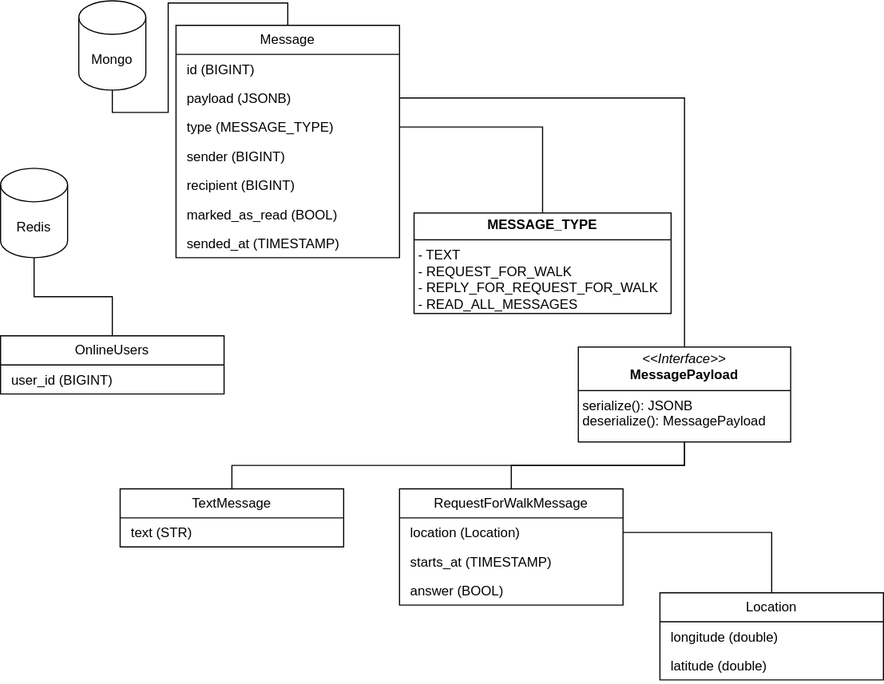
Above: doc/img/domain_model.drawio.svg in ru-random-walk/chat-service (draw.io), before the change. Source tidied: cells renumbered, new cells last; positions are measured from the earlier drawing's top-left corner, leaving out a move shared by most shapes.
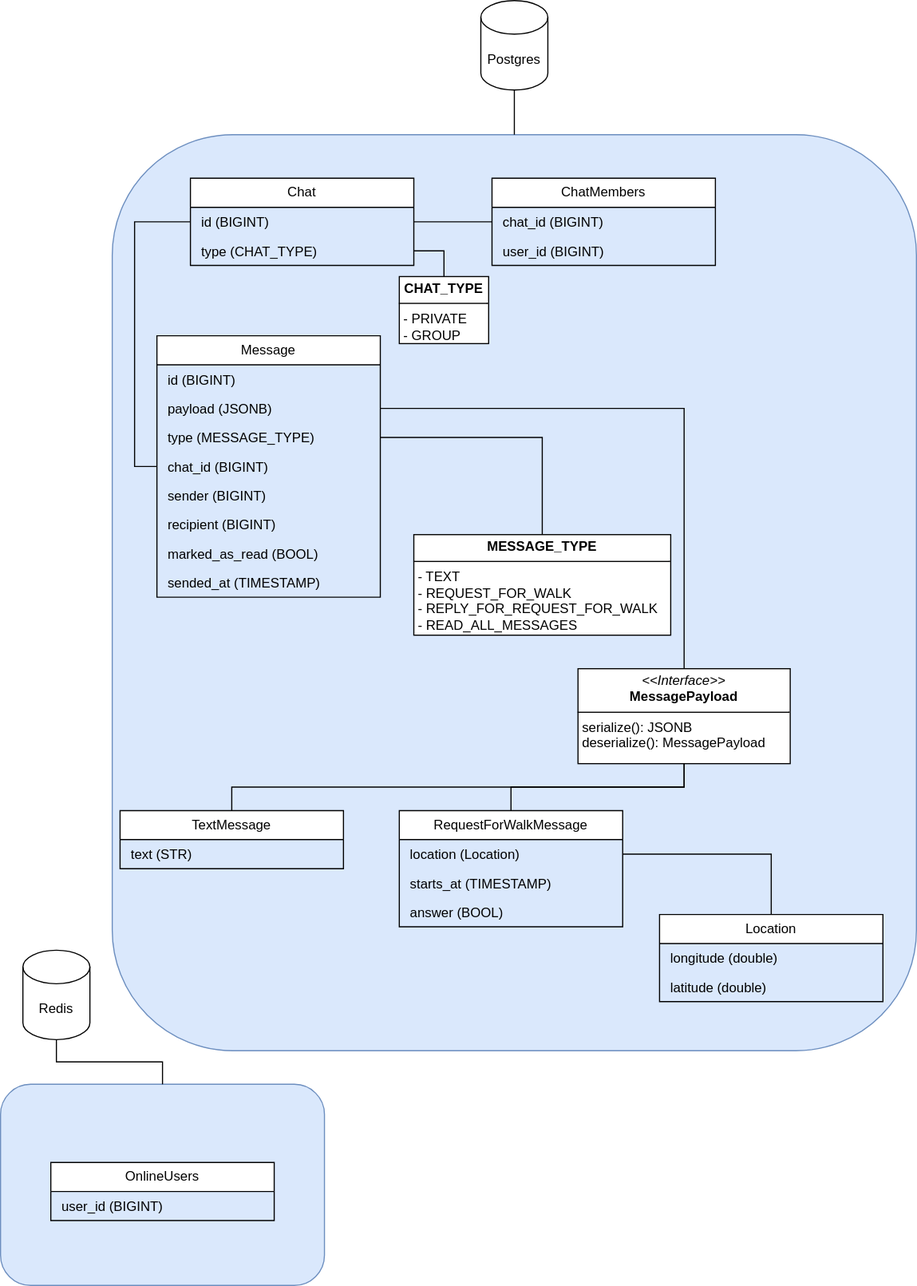
After the commit.

Commit message:
RANDOMWALK-17: update domain model

What changed in the source:
```diff
@@ -2,8 +2,14 @@
   <root>
     <mxCell id="0" />
     <mxCell id="1" parent="0" />
+    <mxCell id="32" style="rounded=1;whiteSpace=wrap;html=1;fontFamily=Helvetica;fontSize=11;labelBackgroundColor=default;fillColor=#dae8fc;strokeColor=#6c8ebf;" parent="1" vertex="1">
+      <mxGeometry y="682" width="290" height="180" as="geometry" />
+    </mxCell>
+    <mxCell id="33" style="rounded=1;whiteSpace=wrap;html=1;fontFamily=Helvetica;fontSize=11;labelBackgroundColor=default;fillColor=#dae8fc;strokeColor=#6c8ebf;" parent="1" vertex="1">
+      <mxGeometry x="100" y="-168" width="720" height="820" as="geometry" />
+    </mxCell>
     <mxCell id="2" value="Message" style="swimlane;fontStyle=0;horizontal=1;startSize=26;fillColor=#FFFFFF;whiteSpace=wrap;html=1;" parent="1" vertex="1">
-      <mxGeometry x="157" y="22" width="200" height="208" as="geometry" />
+      <mxGeometry x="140" y="12" width="200" height="234" as="geometry" />
     </mxCell>
     <mxCell id="3" value="&lt;p style=&quot;margin: 0px 0px 0px 4px;&quot;&gt;id (BIGINT)&lt;/p&gt;" style="text;strokeColor=none;fillColor=none;align=left;verticalAlign=top;spacingLeft=4;spacingRight=4;overflow=hidden;whiteSpace=wrap;html=1;" parent="2" vertex="1">
       <mxGeometry y="26" width="200" height="26" as="geometry" />
@@ -14,17 +20,20 @@
     <mxCell id="5" value="&lt;div&gt;&lt;p style=&quot;margin: 0px 0px 0px 4px;&quot;&gt;type (MESSAGE_TYPE)&lt;/p&gt;&lt;/div&gt;" style="text;strokeColor=none;fillColor=none;align=left;verticalAlign=top;spacingLeft=4;spacingRight=4;overflow=hidden;points=[[0,0.5],[1,0.5]];portConstraint=eastwest;whiteSpace=wrap;html=1;" parent="2" vertex="1">
       <mxGeometry y="78" width="200" height="26" as="geometry" />
     </mxCell>
+    <mxCell id="34" value="&lt;p style=&quot;margin: 0px 0px 0px 4px;&quot;&gt;chat_id (BIGINT)&lt;br&gt;&lt;/p&gt;" style="text;strokeColor=none;fillColor=none;align=left;verticalAlign=top;spacingLeft=4;spacingRight=4;overflow=hidden;points=[[0,0.5],[1,0.5]];portConstraint=eastwest;whiteSpace=wrap;html=1;" parent="2" vertex="1">
+      <mxGeometry y="104" width="200" height="26" as="geometry" />
+    </mxCell>
     <mxCell id="6" value="&lt;div&gt;&lt;p style=&quot;margin: 0px 0px 0px 4px;&quot;&gt;sender (BIGINT)&lt;/p&gt;&lt;/div&gt;" style="text;strokeColor=none;fillColor=none;align=left;verticalAlign=top;spacingLeft=4;spacingRight=4;overflow=hidden;whiteSpace=wrap;html=1;" parent="2" vertex="1">
-      <mxGeometry y="104" width="200" height="26" as="geometry" />
+      <mxGeometry y="130" width="200" height="26" as="geometry" />
     </mxCell>
     <mxCell id="7" value="&lt;p style=&quot;margin: 0px 0px 0px 4px;&quot;&gt;&lt;span style=&quot;background-color: initial;&quot;&gt;recipient (BIGINT)&lt;/span&gt;&lt;br&gt;&lt;/p&gt;" style="text;strokeColor=none;fillColor=none;align=left;verticalAlign=top;spacingLeft=4;spacingRight=4;overflow=hidden;whiteSpace=wrap;html=1;" parent="2" vertex="1">
-      <mxGeometry y="130" width="200" height="26" as="geometry" />
+      <mxGeometry y="156" width="200" height="26" as="geometry" />
     </mxCell>
     <mxCell id="8" value="&lt;p style=&quot;margin: 0px 0px 0px 4px;&quot;&gt;marked_as_read (BOOL)&lt;/p&gt;" style="text;strokeColor=none;fillColor=none;align=left;verticalAlign=top;spacingLeft=4;spacingRight=4;overflow=hidden;whiteSpace=wrap;html=1;" parent="2" vertex="1">
-      <mxGeometry y="156" width="200" height="26" as="geometry" />
+      <mxGeometry y="182" width="200" height="26" as="geometry" />
     </mxCell>
     <mxCell id="9" value="&lt;p style=&quot;margin: 0px 0px 0px 4px;&quot;&gt;sended_at (TIMESTAMP)&lt;/p&gt;" style="text;strokeColor=none;fillColor=none;align=left;verticalAlign=top;spacingLeft=4;spacingRight=4;overflow=hidden;whiteSpace=wrap;html=1;" parent="2" vertex="1">
-      <mxGeometry y="182" width="200" height="26" as="geometry" />
+      <mxGeometry y="208" width="200" height="26" as="geometry" />
     </mxCell>
     <mxCell id="10" value="&lt;p style=&quot;margin:0px;margin-top:4px;text-align:center;&quot;&gt;&lt;b style=&quot;text-align: left;&quot;&gt;MESSAGE_TYPE&lt;/b&gt;&lt;br&gt;&lt;/p&gt;&lt;hr size=&quot;1&quot; style=&quot;border-style:solid;&quot;&gt;&lt;p style=&quot;margin:0px;margin-left:4px;&quot;&gt;- TEXT&lt;/p&gt;&lt;p style=&quot;margin:0px;margin-left:4px;&quot;&gt;- REQUEST_FOR_WALK&lt;/p&gt;&lt;p style=&quot;margin:0px;margin-left:4px;&quot;&gt;- REPLY_FOR_&lt;span style=&quot;background-color: initial;&quot;&gt;REQUEST_FOR_WALK&lt;br&gt;- READ_ALL_MESSAGES&lt;/span&gt;&lt;/p&gt;" style="verticalAlign=top;align=left;overflow=fill;html=1;whiteSpace=wrap;" parent="1" vertex="1">
       <mxGeometry x="370" y="190" width="230" height="90" as="geometry" />
@@ -75,22 +84,52 @@
       <mxGeometry relative="1" as="geometry" />
     </mxCell>
     <mxCell id="26" value="OnlineUsers" style="swimlane;fontStyle=0;horizontal=1;startSize=26;fillColor=#FFFFFF;whiteSpace=wrap;html=1;" parent="1" vertex="1">
-      <mxGeometry y="300" width="200" height="52" as="geometry" />
+      <mxGeometry x="45" y="752" width="200" height="52" as="geometry" />
     </mxCell>
     <mxCell id="27" value="&lt;p style=&quot;margin: 0px 0px 0px 4px;&quot;&gt;&lt;span style=&quot;background-color: initial;&quot;&gt;user_id (BIGINT)&lt;/span&gt;&lt;br&gt;&lt;/p&gt;" style="text;strokeColor=none;fillColor=none;align=left;verticalAlign=top;spacingLeft=4;spacingRight=4;overflow=hidden;whiteSpace=wrap;html=1;" parent="26" vertex="1">
       <mxGeometry y="26" width="200" height="26" as="geometry" />
     </mxCell>
-    <mxCell id="28" style="edgeStyle=orthogonalEdgeStyle;rounded=0;jettySize=auto;html=1;exitX=0.5;exitY=1;exitDx=0;exitDy=0;exitPerimeter=0;endArrow=none;endFill=0;" parent="1" edge="1" source="29" target="26">
-      <mxGeometry relative="1" as="geometry" />
-    </mxCell>
+    <mxCell id="35" style="edgeStyle=orthogonalEdgeStyle;shape=connector;rounded=0;jettySize=auto;html=1;exitX=0.5;exitY=1;exitDx=0;exitDy=0;exitPerimeter=0;strokeColor=default;align=center;verticalAlign=middle;fontFamily=Helvetica;fontSize=11;fontColor=default;labelBackgroundColor=default;endArrow=none;endFill=0;" parent="1" edge="1" source="29" target="32">
+      <mxGeometry relative="1" as="geometry" />
+    </mxCell>
     <mxCell id="29" value="Redis" style="shape=cylinder3;whiteSpace=wrap;html=1;boundedLbl=1;backgroundOutline=1;size=15;" parent="1" vertex="1">
-      <mxGeometry y="150" width="60" height="80" as="geometry" />
+      <mxGeometry x="20" y="562" width="60" height="80" as="geometry" />
     </mxCell>
-    <mxCell id="30" style="edgeStyle=orthogonalEdgeStyle;shape=connector;rounded=0;jettySize=auto;html=1;exitX=0.5;exitY=1;exitDx=0;exitDy=0;exitPerimeter=0;entryX=0.5;entryY=0;entryDx=0;entryDy=0;strokeColor=default;align=center;verticalAlign=middle;fontFamily=Helvetica;fontSize=11;fontColor=default;labelBackgroundColor=default;endArrow=none;endFill=0;" parent="1" edge="1" source="31" target="2">
-      <mxGeometry relative="1" as="geometry" />
-    </mxCell>
+    <mxCell id="36" style="edgeStyle=orthogonalEdgeStyle;shape=connector;rounded=0;jettySize=auto;html=1;exitX=0.5;exitY=1;exitDx=0;exitDy=0;exitPerimeter=0;entryX=0.5;entryY=0;entryDx=0;entryDy=0;strokeColor=default;align=center;verticalAlign=middle;fontFamily=Helvetica;fontSize=11;fontColor=default;labelBackgroundColor=default;endArrow=none;endFill=0;" parent="1" edge="1" source="31" target="33">
+      <mxGeometry relative="1" as="geometry" />
+    </mxCell>
-    <mxCell id="31" value="Mongo" style="shape=cylinder3;whiteSpace=wrap;html=1;boundedLbl=1;backgroundOutline=1;size=15;" parent="1" vertex="1">
-      <mxGeometry x="70" width="60" height="80" as="geometry" />
+    <mxCell id="31" value="Postgres" style="shape=cylinder3;whiteSpace=wrap;html=1;boundedLbl=1;backgroundOutline=1;size=15;" parent="1" vertex="1">
+      <mxGeometry x="430" y="-288" width="60" height="80" as="geometry" />
     </mxCell>
+    <mxCell id="37" value="Chat" style="swimlane;fontStyle=0;horizontal=1;startSize=26;fillColor=#FFFFFF;whiteSpace=wrap;html=1;" parent="1" vertex="1">
+      <mxGeometry x="170" y="-129" width="200" height="78" as="geometry" />
+    </mxCell>
+    <mxCell id="38" value="&lt;p style=&quot;margin: 0px 0px 0px 4px;&quot;&gt;id (BIGINT)&lt;/p&gt;" style="text;strokeColor=none;fillColor=none;align=left;verticalAlign=top;spacingLeft=4;spacingRight=4;overflow=hidden;points=[[0,0.5],[1,0.5]];portConstraint=eastwest;whiteSpace=wrap;html=1;" parent="37" vertex="1">
+      <mxGeometry y="26" width="200" height="26" as="geometry" />
+    </mxCell>
+    <mxCell id="39" value="&lt;div&gt;&lt;p style=&quot;margin: 0px 0px 0px 4px;&quot;&gt;type (CHAT_TYPE)&lt;/p&gt;&lt;/div&gt;" style="text;strokeColor=none;fillColor=none;align=left;verticalAlign=top;spacingLeft=4;spacingRight=4;overflow=hidden;points=[[0,0.5],[1,0.5]];portConstraint=eastwest;whiteSpace=wrap;html=1;" parent="37" vertex="1">
+      <mxGeometry y="52" width="200" height="26" as="geometry" />
+    </mxCell>
+    <mxCell id="40" value="&lt;p style=&quot;margin:0px;margin-top:4px;text-align:center;&quot;&gt;&lt;b style=&quot;text-align: left;&quot;&gt;CHAT_TYPE&lt;/b&gt;&lt;br&gt;&lt;/p&gt;&lt;hr size=&quot;1&quot; style=&quot;border-style:solid;&quot;&gt;&lt;p style=&quot;margin:0px;margin-left:4px;&quot;&gt;- PRIVATE&lt;/p&gt;&lt;p style=&quot;margin:0px;margin-left:4px;&quot;&gt;- GROUP&lt;/p&gt;" style="verticalAlign=top;align=left;overflow=fill;html=1;whiteSpace=wrap;" parent="1" vertex="1">
+      <mxGeometry x="357" y="-41" width="80" height="60" as="geometry" />
+    </mxCell>
+    <mxCell id="41" style="edgeStyle=orthogonalEdgeStyle;rounded=0;jettySize=auto;html=1;exitX=1;exitY=0.5;exitDx=0;exitDy=0;entryX=0.5;entryY=0;entryDx=0;entryDy=0;endArrow=none;endFill=0;" parent="1" edge="1" source="39" target="40">
+      <mxGeometry relative="1" as="geometry" />
+    </mxCell>
+    <mxCell id="42" value="ChatMembers" style="swimlane;fontStyle=0;horizontal=1;startSize=26;fillColor=#FFFFFF;whiteSpace=wrap;html=1;" parent="1" vertex="1">
+      <mxGeometry x="440" y="-129" width="200" height="78" as="geometry" />
+    </mxCell>
+    <mxCell id="43" value="&lt;p style=&quot;margin: 0px 0px 0px 4px;&quot;&gt;chat_id (BIGINT)&lt;/p&gt;" style="text;strokeColor=none;fillColor=none;align=left;verticalAlign=top;spacingLeft=4;spacingRight=4;overflow=hidden;points=[[0,0.5],[1,0.5]];portConstraint=eastwest;whiteSpace=wrap;html=1;" parent="42" vertex="1">
+      <mxGeometry y="26" width="200" height="26" as="geometry" />
+    </mxCell>
+    <mxCell id="44" value="&lt;p style=&quot;margin: 0px 0px 0px 4px;&quot;&gt;user_id (BIGINT)&lt;br&gt;&lt;/p&gt;" style="text;strokeColor=none;fillColor=none;align=left;verticalAlign=top;spacingLeft=4;spacingRight=4;overflow=hidden;whiteSpace=wrap;html=1;" parent="42" vertex="1">
+      <mxGeometry y="52" width="200" height="26" as="geometry" />
+    </mxCell>
+    <mxCell id="45" style="edgeStyle=orthogonalEdgeStyle;shape=connector;rounded=0;jettySize=auto;html=1;exitX=1;exitY=0.5;exitDx=0;exitDy=0;entryX=0;entryY=0.5;entryDx=0;entryDy=0;strokeColor=default;align=center;verticalAlign=middle;fontFamily=Helvetica;fontSize=11;fontColor=default;labelBackgroundColor=default;endArrow=none;endFill=0;" parent="1" edge="1" source="38" target="43">
+      <mxGeometry relative="1" as="geometry" />
+    </mxCell>
+    <mxCell id="46" style="edgeStyle=orthogonalEdgeStyle;shape=connector;rounded=0;jettySize=auto;html=1;exitX=0;exitY=0.5;exitDx=0;exitDy=0;entryX=0;entryY=0.5;entryDx=0;entryDy=0;strokeColor=default;align=center;verticalAlign=middle;fontFamily=Helvetica;fontSize=11;fontColor=default;labelBackgroundColor=default;endArrow=none;endFill=0;" parent="1" edge="1" source="34" target="38">
+      <mxGeometry relative="1" as="geometry" />
+    </mxCell>
   </root>
 </mxGraphModel>
```
